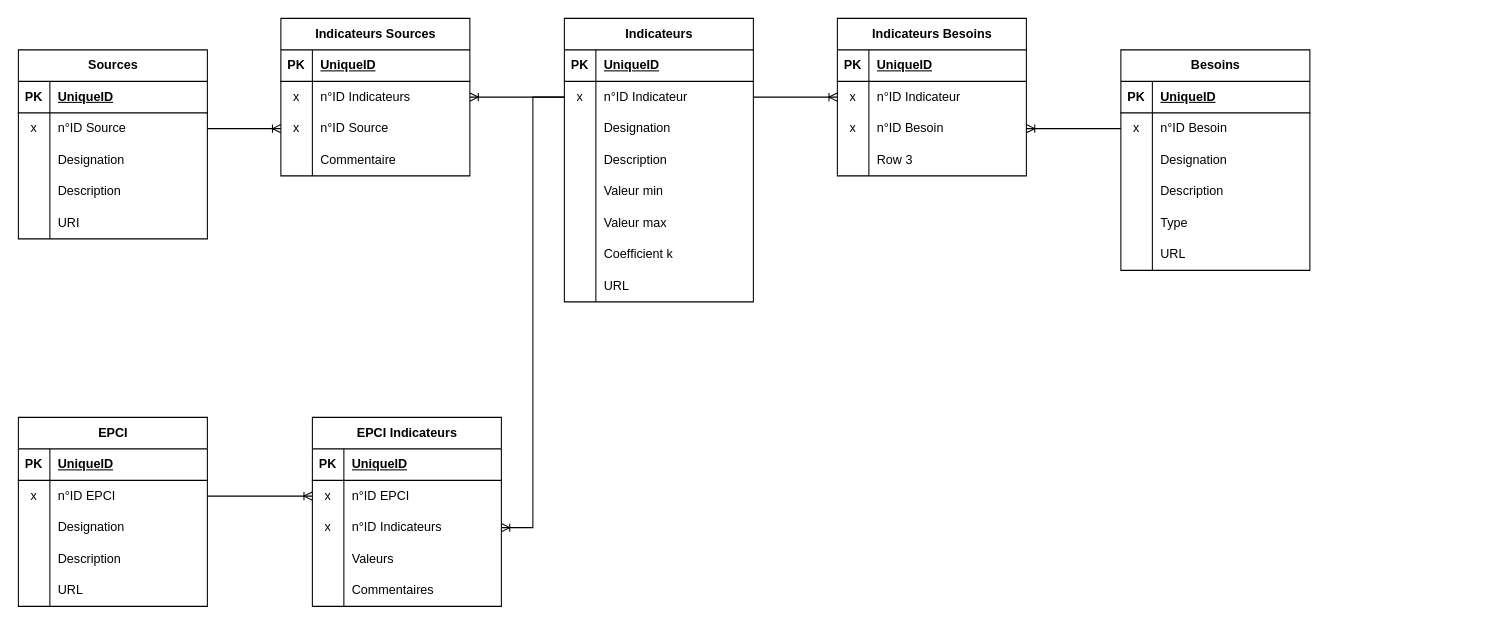
This is MCD Diag360.drawio from Konsilion/konsilion-drive, a draw.io file, before an edit. Source tidied: cells renumbered, new cells numbered last; positions are measured from the earlier drawing's top-left corner, leaving out a move shared by most shapes. Both pictures are drawn from the tidied source at 105%, with x=0, y=0 at pixel (18, 18).
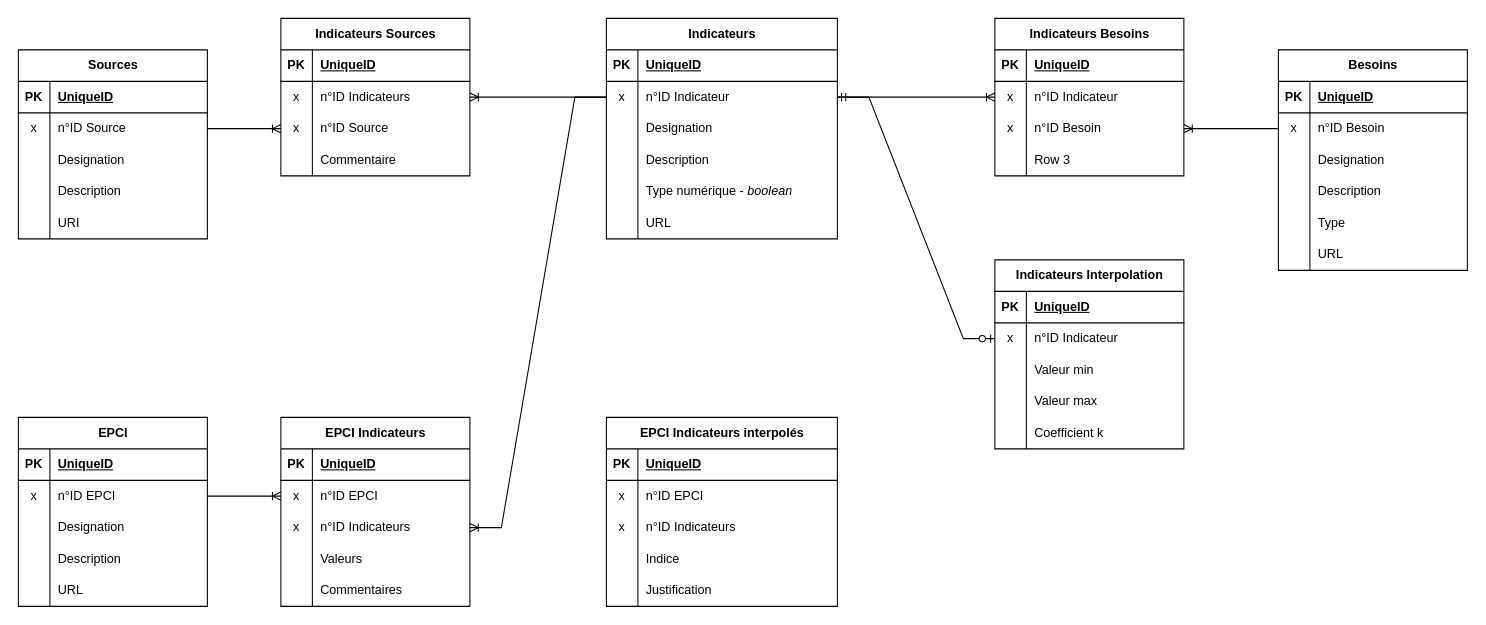
The same diagram, later.

Commit message (it also covers changes not shown here):
Mettre à jour MCD Diag360.drawio

Change to the diagram source:
```diff
@@
     <mxCell id="2" value="Indicateurs" style="shape=table;startSize=30;childLayout=tableLayout;rowLines=0;fontStyle=1;align=center;html=1;" parent="1" vertex="1">
-      <mxGeometry x="520" width="180" height="270" as="geometry" />
+      <mxGeometry x="560" width="220" height="210" as="geometry" />
     </mxCell>
     <mxCell id="3" style="shape=tableRow;horizontal=0;startSize=0;swimlaneHead=0;swimlaneBody=0;fillColor=none;top=0;left=0;right=0;bottom=1;" parent="2" vertex="1">
-      <mxGeometry y="30" width="180" height="30" as="geometry" />
+      <mxGeometry y="30" width="220" height="30" as="geometry" />
     </mxCell>
@@
     <mxCell id="5" value="UniqueID" style="shape=partialRectangle;fillColor=none;top=0;left=0;bottom=0;right=0;align=left;spacingLeft=6;fontStyle=5;overflow=hidden;whiteSpace=wrap;html=1;" parent="3" vertex="1">
-      <mxGeometry x="30" width="150" height="30" as="geometry" />
+      <mxGeometry x="30" width="190" height="30" as="geometry" />
     </mxCell>
     <mxCell id="6" style="shape=tableRow;horizontal=0;startSize=0;swimlaneHead=0;swimlaneBody=0;fillColor=none;points=[[0,0.5],[1,0.5]];portConstraint=eastwest;top=0;left=0;right=0;bottom=0;" parent="2" vertex="1">
-      <mxGeometry y="60" width="180" height="30" as="geometry" />
+      <mxGeometry y="60" width="220" height="30" as="geometry" />
     </mxCell>
@@
     <mxCell id="8" value="n°ID Indicateur" style="shape=partialRectangle;fillColor=none;top=0;left=0;bottom=0;right=0;align=left;spacingLeft=6;overflow=hidden;whiteSpace=wrap;html=1;" parent="6" vertex="1">
-      <mxGeometry x="30" width="150" height="30" as="geometry" />
+      <mxGeometry x="30" width="190" height="30" as="geometry" />
     </mxCell>
     <mxCell id="9" style="shape=tableRow;horizontal=0;startSize=0;swimlaneHead=0;swimlaneBody=0;fillColor=none;top=0;left=0;right=0;bottom=0;" parent="2" vertex="1">
-      <mxGeometry y="90" width="180" height="30" as="geometry" />
+      <mxGeometry y="90" width="220" height="30" as="geometry" />
     </mxCell>
@@
     <mxCell id="11" value="Designation" style="shape=partialRectangle;fillColor=none;top=0;left=0;bottom=0;right=0;align=left;spacingLeft=6;overflow=hidden;whiteSpace=wrap;html=1;" parent="9" vertex="1">
-      <mxGeometry x="30" width="150" height="30" as="geometry" />
+      <mxGeometry x="30" width="190" height="30" as="geometry" />
     </mxCell>
     <mxCell id="12" style="shape=tableRow;horizontal=0;startSize=0;swimlaneHead=0;swimlaneBody=0;fillColor=none;top=0;left=0;right=0;bottom=0;" parent="2" vertex="1">
-      <mxGeometry y="120" width="180" height="30" as="geometry" />
+      <mxGeometry y="120" width="220" height="30" as="geometry" />
     </mxCell>
@@
     <mxCell id="14" value="Description" style="shape=partialRectangle;fillColor=none;top=0;left=0;bottom=0;right=0;align=left;spacingLeft=6;overflow=hidden;whiteSpace=wrap;html=1;" parent="12" vertex="1">
-      <mxGeometry x="30" width="150" height="30" as="geometry" />
+      <mxGeometry x="30" width="190" height="30" as="geometry" />
     </mxCell>
-    <mxCell id="15" style="shape=tableRow;horizontal=0;startSize=0;swimlaneHead=0;swimlaneBody=0;fillColor=none;top=0;left=0;right=0;bottom=0;" parent="2" vertex="1">
-      <mxGeometry y="150" width="180" height="30" as="geometry" />
-    </mxCell>
-    <mxCell id="16" style="shape=partialRectangle;fillColor=none;top=0;left=0;bottom=0;right=0;overflow=hidden;whiteSpace=wrap;html=1;" parent="15" vertex="1">
-      <mxGeometry width="30" height="30" as="geometry" />
-    </mxCell>
-    <mxCell id="17" value="Valeur min" style="shape=partialRectangle;fillColor=none;top=0;left=0;bottom=0;right=0;align=left;spacingLeft=6;overflow=hidden;whiteSpace=wrap;html=1;" parent="15" vertex="1">
-      <mxGeometry x="30" width="150" height="30" as="geometry" />
-    </mxCell>
-    <mxCell id="18" style="shape=tableRow;horizontal=0;startSize=0;swimlaneHead=0;swimlaneBody=0;fillColor=none;top=0;left=0;right=0;bottom=0;" parent="2" vertex="1">
-      <mxGeometry y="180" width="180" height="30" as="geometry" />
-    </mxCell>
-    <mxCell id="19" style="shape=partialRectangle;fillColor=none;top=0;left=0;bottom=0;right=0;overflow=hidden;whiteSpace=wrap;html=1;" parent="18" vertex="1">
-      <mxGeometry width="30" height="30" as="geometry" />
-    </mxCell>
-    <mxCell id="20" value="Valeur max" style="shape=partialRectangle;fillColor=none;top=0;left=0;bottom=0;right=0;align=left;spacingLeft=6;overflow=hidden;whiteSpace=wrap;html=1;" parent="18" vertex="1">
-      <mxGeometry x="30" width="150" height="30" as="geometry" />
-    </mxCell>
-    <mxCell id="21" style="shape=tableRow;horizontal=0;startSize=0;swimlaneHead=0;swimlaneBody=0;fillColor=none;top=0;left=0;right=0;bottom=0;" parent="2" vertex="1">
-      <mxGeometry y="210" width="180" height="30" as="geometry" />
-    </mxCell>
-    <mxCell id="22" style="shape=partialRectangle;fillColor=none;top=0;left=0;bottom=0;right=0;overflow=hidden;whiteSpace=wrap;html=1;" parent="21" vertex="1">
-      <mxGeometry width="30" height="30" as="geometry" />
-    </mxCell>
-    <mxCell id="23" value="Coefficient k" style="shape=partialRectangle;fillColor=none;top=0;left=0;bottom=0;right=0;align=left;spacingLeft=6;overflow=hidden;whiteSpace=wrap;html=1;" parent="21" vertex="1">
-      <mxGeometry x="30" width="150" height="30" as="geometry" />
-    </mxCell>
     <mxCell id="24" style="shape=tableRow;horizontal=0;startSize=0;swimlaneHead=0;swimlaneBody=0;fillColor=none;top=0;left=0;right=0;bottom=0;" parent="2" vertex="1">
-      <mxGeometry y="240" width="180" height="30" as="geometry" />
+      <mxGeometry y="150" width="220" height="30" as="geometry" />
     </mxCell>
@@
-    <mxCell id="26" value="URL" style="shape=partialRectangle;fillColor=none;top=0;left=0;bottom=0;right=0;align=left;spacingLeft=6;overflow=hidden;whiteSpace=wrap;html=1;" parent="24" vertex="1">
-      <mxGeometry x="30" width="150" height="30" as="geometry" />
+    <mxCell id="26" value="Type numérique - &lt;i&gt;boolean&lt;/i&gt;" style="shape=partialRectangle;fillColor=none;top=0;left=0;bottom=0;right=0;align=left;spacingLeft=6;overflow=hidden;whiteSpace=wrap;html=1;" parent="24" vertex="1">
+      <mxGeometry x="30" width="190" height="30" as="geometry" />
     </mxCell>
+    <mxCell id="126" style="shape=tableRow;horizontal=0;startSize=0;swimlaneHead=0;swimlaneBody=0;fillColor=none;top=0;left=0;right=0;bottom=0;" parent="2" vertex="1">
+      <mxGeometry y="180" width="220" height="30" as="geometry" />
+    </mxCell>
+    <mxCell id="127" style="shape=partialRectangle;fillColor=none;top=0;left=0;bottom=0;right=0;overflow=hidden;whiteSpace=wrap;html=1;" parent="126" vertex="1">
+      <mxGeometry width="30" height="30" as="geometry" />
+    </mxCell>
+    <mxCell id="128" value="URL" style="shape=partialRectangle;fillColor=none;top=0;left=0;bottom=0;right=0;align=left;spacingLeft=6;overflow=hidden;whiteSpace=wrap;html=1;" parent="126" vertex="1">
+      <mxGeometry x="30" width="190" height="30" as="geometry" />
+    </mxCell>
     <mxCell id="27" value="Besoins" style="shape=table;startSize=30;childLayout=tableLayout;rowLines=0;fontStyle=1;align=center;html=1;" parent="1" vertex="1">
-      <mxGeometry x="1050" y="30" width="180" height="210" as="geometry" />
+      <mxGeometry x="1200" y="30" width="180" height="210" as="geometry" />
     </mxCell>
@@
     <mxCell id="46" value="Indicateurs Besoins" style="shape=table;startSize=30;childLayout=tableLayout;rowLines=0;fontStyle=1;align=center;html=1;" parent="1" vertex="1">
-      <mxGeometry x="780" width="180" height="150" as="geometry" />
+      <mxGeometry x="930" width="180" height="150" as="geometry" />
     </mxCell>
@@
     <mxCell id="108" value="EPCI Indicateurs" style="shape=table;startSize=30;childLayout=tableLayout;rowLines=0;fontStyle=1;align=center;html=1;" parent="1" vertex="1">
-      <mxGeometry x="280" y="380" width="180" height="180" as="geometry" />
+      <mxGeometry x="250" y="380" width="180" height="180" as="geometry" />
     </mxCell>
@@
+    <mxCell id="129" value="Indicateurs Interpolation" style="shape=table;startSize=30;childLayout=tableLayout;rowLines=0;fontStyle=1;align=center;html=1;" parent="1" vertex="1">
+      <mxGeometry x="930" y="230" width="180" height="180" as="geometry" />
+    </mxCell>
+    <mxCell id="130" style="shape=tableRow;horizontal=0;startSize=0;swimlaneHead=0;swimlaneBody=0;fillColor=none;top=0;left=0;right=0;bottom=1;" parent="129" vertex="1">
+      <mxGeometry y="30" width="180" height="30" as="geometry" />
+    </mxCell>
+    <mxCell id="131" value="PK" style="shape=partialRectangle;fillColor=none;top=0;left=0;bottom=0;right=0;fontStyle=1;overflow=hidden;whiteSpace=wrap;html=1;" parent="130" vertex="1">
+      <mxGeometry width="30" height="30" as="geometry" />
+    </mxCell>
+    <mxCell id="132" value="UniqueID" style="shape=partialRectangle;fillColor=none;top=0;left=0;bottom=0;right=0;align=left;spacingLeft=6;fontStyle=5;overflow=hidden;whiteSpace=wrap;html=1;" parent="130" vertex="1">
+      <mxGeometry x="30" width="150" height="30" as="geometry" />
+    </mxCell>
+    <mxCell id="133" style="shape=tableRow;horizontal=0;startSize=0;swimlaneHead=0;swimlaneBody=0;fillColor=none;points=[[0,0.5],[1,0.5]];portConstraint=eastwest;top=0;left=0;right=0;bottom=0;" parent="129" vertex="1">
+      <mxGeometry y="60" width="180" height="30" as="geometry" />
+    </mxCell>
+    <mxCell id="134" value="x" style="shape=partialRectangle;fillColor=none;top=0;left=0;bottom=0;right=0;overflow=hidden;whiteSpace=wrap;html=1;" parent="133" vertex="1">
+      <mxGeometry width="30" height="30" as="geometry" />
+    </mxCell>
+    <mxCell id="135" value="n°ID Indicateur" style="shape=partialRectangle;fillColor=none;top=0;left=0;bottom=0;right=0;align=left;spacingLeft=6;overflow=hidden;whiteSpace=wrap;html=1;" parent="133" vertex="1">
+      <mxGeometry x="30" width="150" height="30" as="geometry" />
+    </mxCell>
+    <mxCell id="136" style="shape=tableRow;horizontal=0;startSize=0;swimlaneHead=0;swimlaneBody=0;fillColor=none;top=0;left=0;right=0;bottom=0;" parent="129" vertex="1">
+      <mxGeometry y="90" width="180" height="30" as="geometry" />
+    </mxCell>
+    <mxCell id="137" style="shape=partialRectangle;fillColor=none;top=0;left=0;bottom=0;right=0;overflow=hidden;whiteSpace=wrap;html=1;" parent="136" vertex="1">
+      <mxGeometry width="30" height="30" as="geometry" />
+    </mxCell>
+    <mxCell id="17" value="Valeur min" style="shape=partialRectangle;fillColor=none;top=0;left=0;bottom=0;right=0;align=left;spacingLeft=6;overflow=hidden;whiteSpace=wrap;html=1;" parent="136" vertex="1">
+      <mxGeometry x="30" width="150" height="30" as="geometry" />
+    </mxCell>
+    <mxCell id="138" style="shape=tableRow;horizontal=0;startSize=0;swimlaneHead=0;swimlaneBody=0;fillColor=none;top=0;left=0;right=0;bottom=0;" parent="129" vertex="1">
+      <mxGeometry y="120" width="180" height="30" as="geometry" />
+    </mxCell>
+    <mxCell id="139" style="shape=partialRectangle;fillColor=none;top=0;left=0;bottom=0;right=0;overflow=hidden;whiteSpace=wrap;html=1;" parent="138" vertex="1">
+      <mxGeometry width="30" height="30" as="geometry" />
+    </mxCell>
+    <mxCell id="20" value="Valeur max" style="shape=partialRectangle;fillColor=none;top=0;left=0;bottom=0;right=0;align=left;spacingLeft=6;overflow=hidden;whiteSpace=wrap;html=1;" parent="138" vertex="1">
+      <mxGeometry x="30" width="150" height="30" as="geometry" />
+    </mxCell>
+    <mxCell id="15" style="shape=tableRow;horizontal=0;startSize=0;swimlaneHead=0;swimlaneBody=0;fillColor=none;top=0;left=0;right=0;bottom=0;" parent="129" vertex="1">
+      <mxGeometry y="150" width="180" height="30" as="geometry" />
+    </mxCell>
+    <mxCell id="140" style="shape=partialRectangle;fillColor=none;top=0;left=0;bottom=0;right=0;overflow=hidden;whiteSpace=wrap;html=1;" parent="15" vertex="1">
+      <mxGeometry width="30" height="30" as="geometry" />
+    </mxCell>
+    <mxCell id="23" value="Coefficient k" style="shape=partialRectangle;fillColor=none;top=0;left=0;bottom=0;right=0;align=left;spacingLeft=6;overflow=hidden;whiteSpace=wrap;html=1;" parent="15" vertex="1">
+      <mxGeometry x="30" width="150" height="30" as="geometry" />
+    </mxCell>
+    <mxCell id="141" style="edgeStyle=entityRelationEdgeStyle;fontSize=12;html=1;endArrow=ERzeroToOne;startArrow=ERmandOne;rounded=0;exitX=1;exitY=0.5;exitDx=0;exitDy=0;entryX=0;entryY=0.5;entryDx=0;entryDy=0;" parent="1" edge="1" source="6" target="133">
+      <mxGeometry relative="1" as="geometry" />
+    </mxCell>
+    <mxCell id="142" value="EPCI Indicateurs interpolés" style="shape=table;startSize=30;childLayout=tableLayout;rowLines=0;fontStyle=1;align=center;html=1;" parent="1" vertex="1">
+      <mxGeometry x="560" y="380" width="220" height="180" as="geometry" />
+    </mxCell>
+    <mxCell id="143" style="shape=tableRow;horizontal=0;startSize=0;swimlaneHead=0;swimlaneBody=0;fillColor=none;top=0;left=0;right=0;bottom=1;" parent="142" vertex="1">
+      <mxGeometry y="30" width="220" height="30" as="geometry" />
+    </mxCell>
+    <mxCell id="144" value="PK" style="shape=partialRectangle;fillColor=none;top=0;left=0;bottom=0;right=0;fontStyle=1;overflow=hidden;whiteSpace=wrap;html=1;" parent="143" vertex="1">
+      <mxGeometry width="30" height="30" as="geometry" />
+    </mxCell>
+    <mxCell id="145" value="UniqueID" style="shape=partialRectangle;fillColor=none;top=0;left=0;bottom=0;right=0;align=left;spacingLeft=6;fontStyle=5;overflow=hidden;whiteSpace=wrap;html=1;" parent="143" vertex="1">
+      <mxGeometry x="30" width="190" height="30" as="geometry" />
+    </mxCell>
+    <mxCell id="146" style="shape=tableRow;horizontal=0;startSize=0;swimlaneHead=0;swimlaneBody=0;fillColor=none;top=0;left=0;right=0;bottom=0;" parent="142" vertex="1">
+      <mxGeometry y="60" width="220" height="30" as="geometry" />
+    </mxCell>
+    <mxCell id="147" value="x" style="shape=partialRectangle;fillColor=none;top=0;left=0;bottom=0;right=0;overflow=hidden;whiteSpace=wrap;html=1;" parent="146" vertex="1">
+      <mxGeometry width="30" height="30" as="geometry" />
+    </mxCell>
+    <mxCell id="148" value="n°ID EPCI" style="shape=partialRectangle;fillColor=none;top=0;left=0;bottom=0;right=0;align=left;spacingLeft=6;overflow=hidden;whiteSpace=wrap;html=1;" parent="146" vertex="1">
+      <mxGeometry x="30" width="190" height="30" as="geometry" />
+    </mxCell>
+    <mxCell id="149" style="shape=tableRow;horizontal=0;startSize=0;swimlaneHead=0;swimlaneBody=0;fillColor=none;top=0;left=0;right=0;bottom=0;" parent="142" vertex="1">
+      <mxGeometry y="90" width="220" height="30" as="geometry" />
+    </mxCell>
+    <mxCell id="150" value="x" style="shape=partialRectangle;fillColor=none;top=0;left=0;bottom=0;right=0;overflow=hidden;whiteSpace=wrap;html=1;" parent="149" vertex="1">
+      <mxGeometry width="30" height="30" as="geometry" />
+    </mxCell>
+    <mxCell id="151" value="n°ID Indicateurs" style="shape=partialRectangle;fillColor=none;top=0;left=0;bottom=0;right=0;align=left;spacingLeft=6;overflow=hidden;whiteSpace=wrap;html=1;" parent="149" vertex="1">
+      <mxGeometry x="30" width="190" height="30" as="geometry" />
+    </mxCell>
+    <mxCell id="152" style="shape=tableRow;horizontal=0;startSize=0;swimlaneHead=0;swimlaneBody=0;fillColor=none;top=0;left=0;right=0;bottom=0;" parent="142" vertex="1">
+      <mxGeometry y="120" width="220" height="30" as="geometry" />
+    </mxCell>
+    <mxCell id="153" style="shape=partialRectangle;fillColor=none;top=0;left=0;bottom=0;right=0;overflow=hidden;whiteSpace=wrap;html=1;" parent="152" vertex="1">
+      <mxGeometry width="30" height="30" as="geometry" />
+    </mxCell>
+    <mxCell id="154" value="Indice" style="shape=partialRectangle;fillColor=none;top=0;left=0;bottom=0;right=0;align=left;spacingLeft=6;overflow=hidden;whiteSpace=wrap;html=1;" parent="152" vertex="1">
+      <mxGeometry x="30" width="190" height="30" as="geometry" />
+    </mxCell>
+    <mxCell id="155" style="shape=tableRow;horizontal=0;startSize=0;swimlaneHead=0;swimlaneBody=0;fillColor=none;top=0;left=0;right=0;bottom=0;" parent="142" vertex="1">
+      <mxGeometry y="150" width="220" height="30" as="geometry" />
+    </mxCell>
+    <mxCell id="156" style="shape=partialRectangle;fillColor=none;top=0;left=0;bottom=0;right=0;overflow=hidden;whiteSpace=wrap;html=1;" parent="155" vertex="1">
+      <mxGeometry width="30" height="30" as="geometry" />
+    </mxCell>
+    <mxCell id="157" value="Justification" style="shape=partialRectangle;fillColor=none;top=0;left=0;bottom=0;right=0;align=left;spacingLeft=6;overflow=hidden;whiteSpace=wrap;html=1;" parent="155" vertex="1">
+      <mxGeometry x="30" width="190" height="30" as="geometry" />
+    </mxCell>
```
